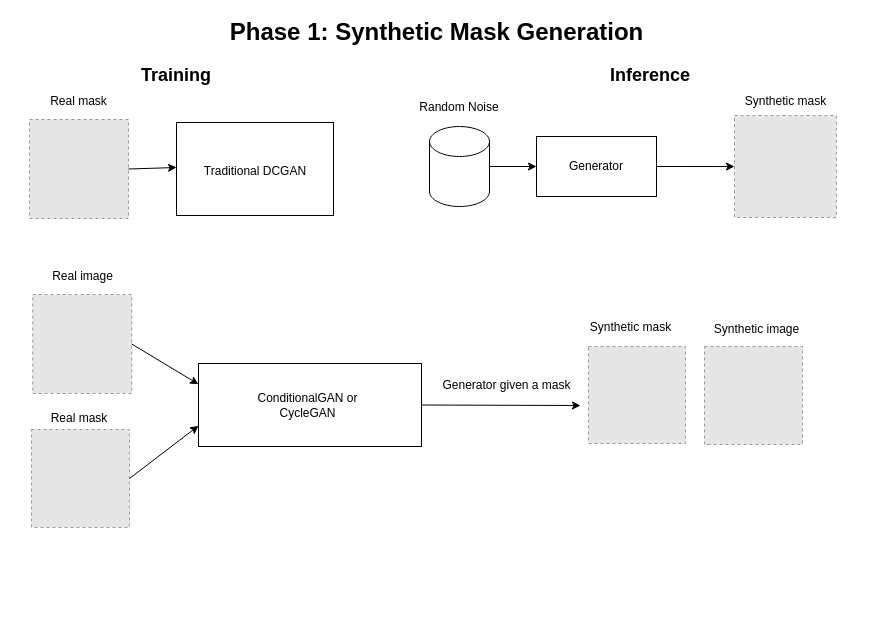
Above: src/Untitled Diagram.drawio in KamenDamov/IFT3710-Advanced-Project-in-ML-AI (draw.io), before the change. Source tidied: cells renumbered, new cells numbered last; positions are measured from the earlier drawing's top-left corner, leaving out a move shared by most shapes. Both pictures are drawn from the tidied source at 100%, with x=0, y=0 at pixel (17, 17). Pictures stored in the file or linked from it are replaced by grey dashed boxes.
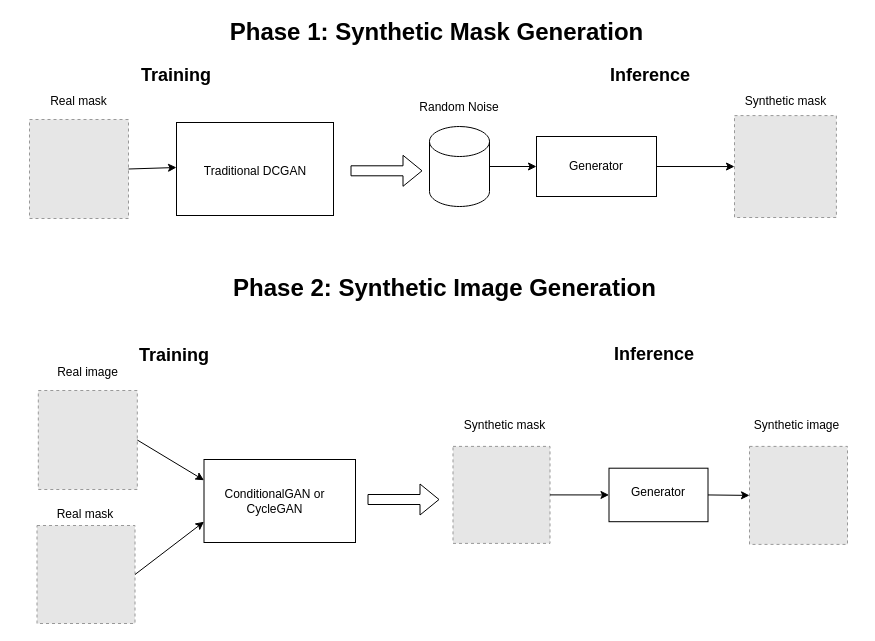
After the change.

Diff of the diagram source:
```diff
@@
     <mxCell id="9" style="rounded=0;whiteSpace=wrap;html=1;" parent="1" vertex="1">
-      <mxGeometry x="181" y="346" width="223" height="83" as="geometry" />
+      <mxGeometry x="186.5" y="442" width="151.5" height="83" as="geometry" />
     </mxCell>
     <mxCell id="10" value="ConditionalGAN or CycleGAN" style="text;html=1;align=center;verticalAlign=middle;whiteSpace=wrap;rounded=0;" parent="1" vertex="1">
-      <mxGeometry x="222" y="369.8" width="136.5" height="35.5" as="geometry" />
+      <mxGeometry x="189" y="465.8" width="136.5" height="35.5" as="geometry" />
     </mxCell>
     <mxCell id="11" style="fillColor=#E6E6E6;strokeColor=#999999;dashed=1;verticalLabelPosition=bottom;labelBackgroundColor=default;verticalAlign=top;" parent="1" vertex="1">
-      <mxGeometry x="15.2" y="277" width="99" height="99" as="geometry" />
+      <mxGeometry x="20.8" y="373" width="99" height="99" as="geometry" />
     </mxCell>
     <mxCell id="12" style="fillColor=#E6E6E6;strokeColor=#999999;dashed=1;verticalLabelPosition=bottom;labelBackgroundColor=default;verticalAlign=top;" parent="1" vertex="1">
-      <mxGeometry x="14" y="412" width="98" height="98" as="geometry" />
+      <mxGeometry x="19.5" y="508" width="98" height="98" as="geometry" />
     </mxCell>
     <mxCell id="13" value="Real image" style="text;html=1;align=center;verticalAlign=middle;whiteSpace=wrap;rounded=0;" parent="1" vertex="1">
-      <mxGeometry x="6.5" y="244" width="116.5" height="30" as="geometry" />
+      <mxGeometry x="12" y="340" width="116.5" height="30" as="geometry" />
     </mxCell>
     <mxCell id="14" value="Real mask" style="text;html=1;align=center;verticalAlign=middle;whiteSpace=wrap;rounded=0;" parent="1" vertex="1">
-      <mxGeometry x="14" y="386" width="96" height="30" as="geometry" />
+      <mxGeometry x="19.5" y="482" width="96" height="30" as="geometry" />
     </mxCell>
@@
-    <mxCell id="17" style="endArrow=classic;html=1;rounded=0;exitX=1;exitY=0.5;exitDx=0;exitDy=0;" parent="1" edge="1" source="9">
-      <mxGeometry relative="1" as="geometry">
-        <mxPoint x="563" y="388" as="targetPoint" />
-      </mxGeometry>
-    </mxCell>
-    <mxCell id="18" value="Generator given a mask" style="text;html=1;align=center;verticalAlign=middle;whiteSpace=wrap;rounded=0;" parent="1" vertex="1">
-      <mxGeometry x="422" y="353" width="135" height="30" as="geometry" />
-    </mxCell>
     <mxCell id="19" style="fillColor=#E6E6E6;strokeColor=#999999;dashed=1;verticalLabelPosition=bottom;labelBackgroundColor=default;verticalAlign=top;" parent="1" vertex="1">
-      <mxGeometry x="687" y="329" width="98" height="98" as="geometry" />
+      <mxGeometry x="732" y="428.9" width="98" height="98" as="geometry" />
     </mxCell>
     <mxCell id="20" style="fillColor=#E6E6E6;strokeColor=#999999;dashed=1;verticalLabelPosition=bottom;labelBackgroundColor=default;verticalAlign=top;" parent="1" vertex="1">
-      <mxGeometry x="571" y="329" width="97" height="97" as="geometry" />
+      <mxGeometry x="435.5" y="428.9" width="97" height="97" as="geometry" />
     </mxCell>
     <mxCell id="21" value="Synthetic mask" style="text;html=1;align=center;verticalAlign=middle;whiteSpace=wrap;rounded=0;" parent="1" vertex="1">
-      <mxGeometry x="552" y="290" width="123" height="39" as="geometry" />
+      <mxGeometry x="425.5" y="388" width="123" height="39" as="geometry" />
     </mxCell>
     <mxCell id="22" value="Synthetic image" style="text;html=1;align=center;verticalAlign=middle;whiteSpace=wrap;rounded=0;" parent="1" vertex="1">
-      <mxGeometry x="678" y="292" width="123" height="39" as="geometry" />
+      <mxGeometry x="717.5" y="388" width="123" height="39" as="geometry" />
     </mxCell>
@@
+    <mxCell id="31" value="&lt;font style=&quot;font-size: 24px;&quot;&gt;&lt;b&gt;Phase 2: Synthetic Image&amp;nbsp;&lt;/b&gt;&lt;/font&gt;&lt;b style=&quot;font-size: 24px; background-color: transparent; color: light-dark(rgb(0, 0, 0), rgb(255, 255, 255));&quot;&gt;Generation&lt;/b&gt;" style="text;html=1;align=center;verticalAlign=middle;whiteSpace=wrap;rounded=0;" parent="1" vertex="1">
+      <mxGeometry x="196" y="256" width="463" height="30" as="geometry" />
+    </mxCell>
+    <mxCell id="32" value="&lt;font style=&quot;font-size: 18px;&quot;&gt;&lt;b&gt;Training&lt;/b&gt;&lt;/font&gt;" style="text;html=1;align=center;verticalAlign=middle;whiteSpace=wrap;rounded=0;" parent="1" vertex="1">
+      <mxGeometry x="126.5" y="323" width="60" height="30" as="geometry" />
+    </mxCell>
+    <mxCell id="33" value="&lt;b&gt;&lt;font style=&quot;font-size: 18px;&quot;&gt;Inference&lt;/font&gt;&lt;/b&gt;" style="text;html=1;align=center;verticalAlign=middle;whiteSpace=wrap;rounded=0;" parent="1" vertex="1">
+      <mxGeometry x="582.5" y="323" width="108" height="28" as="geometry" />
+    </mxCell>
+    <mxCell id="34" style="rounded=0;whiteSpace=wrap;html=1;" parent="1" vertex="1">
+      <mxGeometry x="591.5" y="450.7" width="99" height="53.5" as="geometry" />
+    </mxCell>
+    <mxCell id="35" value="Generator" style="text;html=1;align=center;verticalAlign=middle;whiteSpace=wrap;rounded=0;" parent="1" vertex="1">
+      <mxGeometry x="599" y="460.4" width="84" height="30" as="geometry" />
+    </mxCell>
+    <mxCell id="36" style="endArrow=classic;html=1;rounded=0;exitX=1;exitY=0.5;exitDx=0;exitDy=0;entryX=0;entryY=0.5;entryDx=0;entryDy=0;" parent="1" edge="1" source="20" target="34">
+      <mxGeometry relative="1" as="geometry" />
+    </mxCell>
+    <mxCell id="37" style="endArrow=classic;html=1;rounded=0;exitX=1;exitY=0.5;exitDx=0;exitDy=0;entryX=0;entryY=0.5;entryDx=0;entryDy=0;" parent="1" edge="1" source="34" target="19">
+      <mxGeometry relative="1" as="geometry" />
+    </mxCell>
+    <mxCell id="38" style="shape=flexArrow;endArrow=classic;html=1;rounded=0;" parent="1" edge="1">
+      <mxGeometry relative="1" as="geometry">
+        <mxPoint x="333" y="153.3" as="sourcePoint" />
+        <mxPoint x="405" y="153.3" as="targetPoint" />
+      </mxGeometry>
+    </mxCell>
+    <mxCell id="39" style="shape=flexArrow;endArrow=classic;html=1;rounded=0;" parent="1" edge="1">
+      <mxGeometry relative="1" as="geometry">
+        <mxPoint x="350" y="482" as="sourcePoint" />
+        <mxPoint x="422" y="482" as="targetPoint" />
+      </mxGeometry>
+    </mxCell>
```
